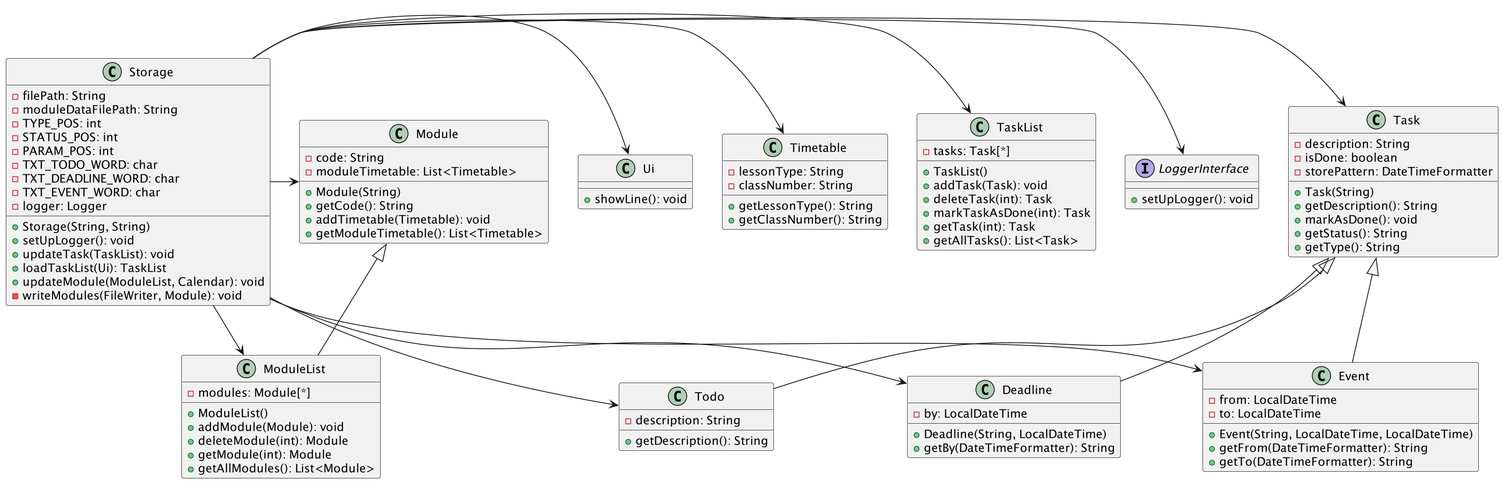
The PlantUML diagram docs/uml-diagrams/Storage.png in nus-cs2113-AY2223S2/tp, before a commit.
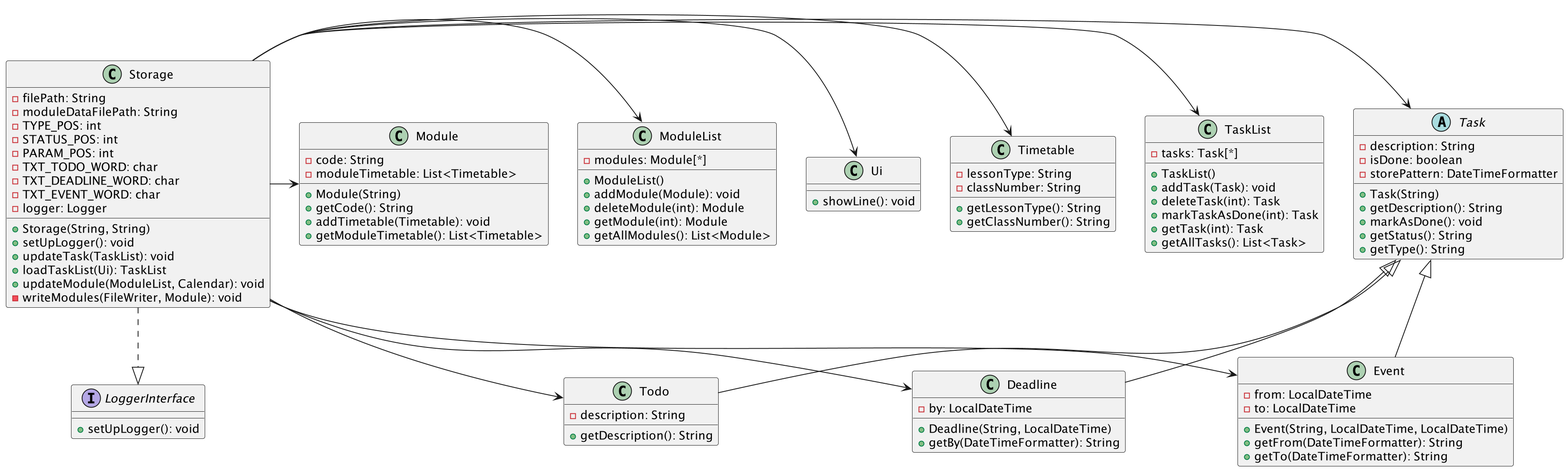
The same file after the commit.

Commit message:
Change UML diagrams

Change to the diagram source:
```diff
@@ -33,7 +33,7 @@
     + getAllTasks(): List<Task>
 }
 
-class Task {
+abstract class Task {
     - description: String
     - isDone: boolean
     - storePattern: DateTimeFormatter
@@ -70,7 +70,7 @@
     + showLine(): void
 }
 
-class ModuleList extends Module {
+class ModuleList  {
      -modules: Module[*]
     + ModuleList()
     + addModule(Module): void
@@ -97,7 +97,7 @@
     + getClassNumber(): String
 }
 
-Storage -> LoggerInterface
+Storage ..|> LoggerInterface
 Storage -> TaskList
 Storage -> Task
 Storage -> Todo
```
